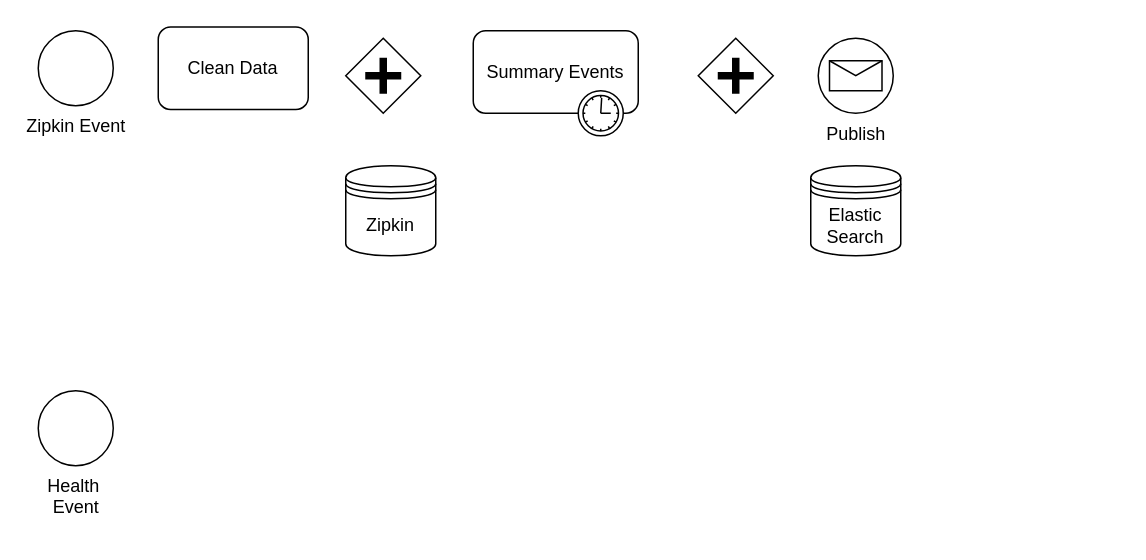
jdbennet2001/draw.io keeps this draw.io diagram as MVP Architecture - Anomaly Project.drawio. Above is the earlier version. Source tidied: cells renumbered, new cells numbered last; positions are measured from the earlier drawing's top-left corner, leaving out a move shared by most shapes. Both pictures are drawn from the tidied source at 150%, with x=0, y=0 at pixel (38, 27).
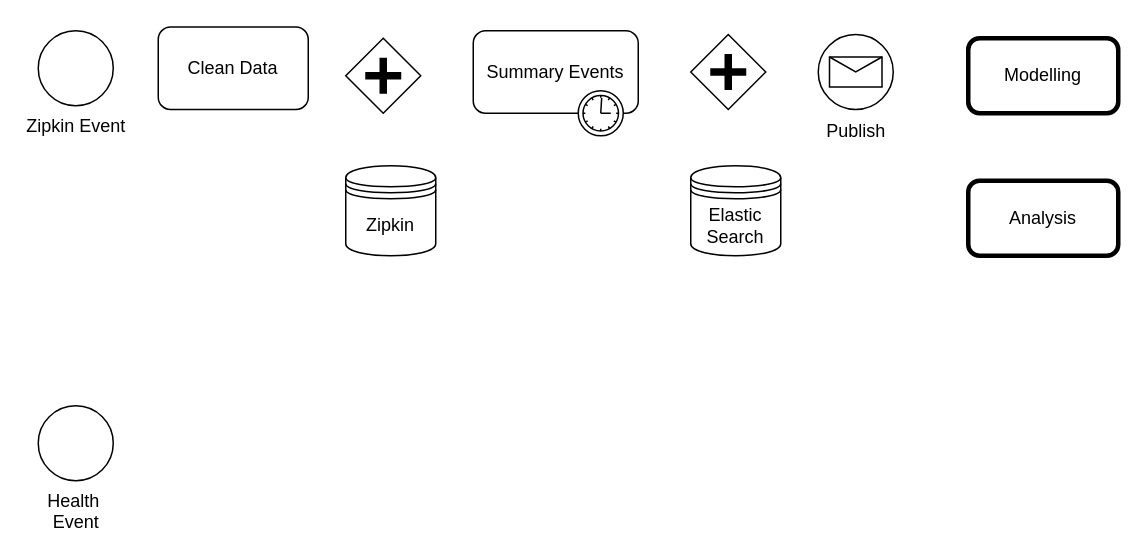
After the change.

Diff of the diagram source:
```diff
@@
 <mxGraphModel>
   <root>
     <mxCell id="0" />
     <mxCell id="1" parent="0" />
     <mxCell id="2" value="Zipkin Event" style="shape=mxgraph.bpmn.shape;html=1;verticalLabelPosition=bottom;labelBackgroundColor=#ffffff;verticalAlign=top;align=center;perimeter=ellipsePerimeter;outline=standard;symbol=general;" parent="1" vertex="1">
       <mxGeometry y="2" width="50" height="50" as="geometry" />
     </mxCell>
     <mxCell id="3" style="shape=mxgraph.bpmn.shape;html=1;verticalLabelPosition=bottom;labelBackgroundColor=#ffffff;verticalAlign=top;align=center;perimeter=rhombusPerimeter;background=gateway;outline=none;symbol=parallelGw;" parent="1" vertex="1">
       <mxGeometry x="205" y="7" width="50" height="50" as="geometry" />
     </mxCell>
     <mxCell id="4" value="Clean Data" style="shape=ext;rounded=1;html=1;whiteSpace=wrap;" parent="1" vertex="1">
       <mxGeometry x="80" y="-0.5" width="100" height="55" as="geometry" />
     </mxCell>
     <mxCell id="5" value="Zipkin" style="shape=datastore;whiteSpace=wrap;html=1;" parent="1" vertex="1">
       <mxGeometry x="205" y="92" width="60" height="60" as="geometry" />
     </mxCell>
     <mxCell id="6" value="Summary Events" style="html=1;whiteSpace=wrap;rounded=1;" parent="1" vertex="1">
       <mxGeometry x="290" y="2" width="110" height="55" as="geometry" />
     </mxCell>
     <mxCell id="7" style="shape=mxgraph.bpmn.timer_start;perimeter=ellipsePerimeter;html=1;verticalLabelPosition=bottom;labelBackgroundColor=#ffffff;verticalAlign=top;" parent="6" vertex="1">
       <mxGeometry x="1" y="1" width="30" height="30" relative="1" as="geometry">
         <mxPoint x="-40" y="-15" as="offset" />
       </mxGeometry>
     </mxCell>
     <mxCell id="8" value="Elastic&lt;br&gt;Search" style="shape=datastore;whiteSpace=wrap;html=1;" parent="1" vertex="1">
-      <mxGeometry x="515" y="92" width="60" height="60" as="geometry" />
+      <mxGeometry x="435" y="92" width="60" height="60" as="geometry" />
     </mxCell>
     <mxCell id="9" value="Publish" style="shape=mxgraph.bpmn.shape;html=1;verticalLabelPosition=bottom;labelBackgroundColor=#ffffff;verticalAlign=top;align=center;perimeter=ellipsePerimeter;outline=standard;symbol=message;" parent="1" vertex="1">
-      <mxGeometry x="520" y="7" width="50" height="50" as="geometry" />
+      <mxGeometry x="520" y="4.5" width="50" height="50" as="geometry" />
     </mxCell>
     <mxCell id="10" style="shape=mxgraph.bpmn.shape;html=1;verticalLabelPosition=bottom;labelBackgroundColor=#ffffff;verticalAlign=top;align=center;perimeter=rhombusPerimeter;background=gateway;outline=none;symbol=parallelGw;" parent="1" vertex="1">
-      <mxGeometry x="440" y="7" width="50" height="50" as="geometry" />
+      <mxGeometry x="435" y="4.5" width="50" height="50" as="geometry" />
     </mxCell>
     <mxCell id="11" value="Health&amp;nbsp;&lt;br&gt;Event" style="shape=mxgraph.bpmn.shape;html=1;verticalLabelPosition=bottom;labelBackgroundColor=#ffffff;verticalAlign=top;align=center;perimeter=ellipsePerimeter;outline=standard;symbol=general;" parent="1" vertex="1">
-      <mxGeometry y="242" width="50" height="50" as="geometry" />
+      <mxGeometry y="252" width="50" height="50" as="geometry" />
     </mxCell>
+    <mxCell id="12" value="Modelling" style="shape=ext;rounded=1;html=1;whiteSpace=wrap;strokeWidth=3;" parent="1" vertex="1">
+      <mxGeometry x="620" y="7" width="100" height="50" as="geometry" />
+    </mxCell>
+    <mxCell id="13" value="Analysis" style="shape=ext;rounded=1;html=1;whiteSpace=wrap;strokeWidth=3;" parent="1" vertex="1">
+      <mxGeometry x="620" y="102" width="100" height="50" as="geometry" />
+    </mxCell>
   </root>
 </mxGraphModel>
```
